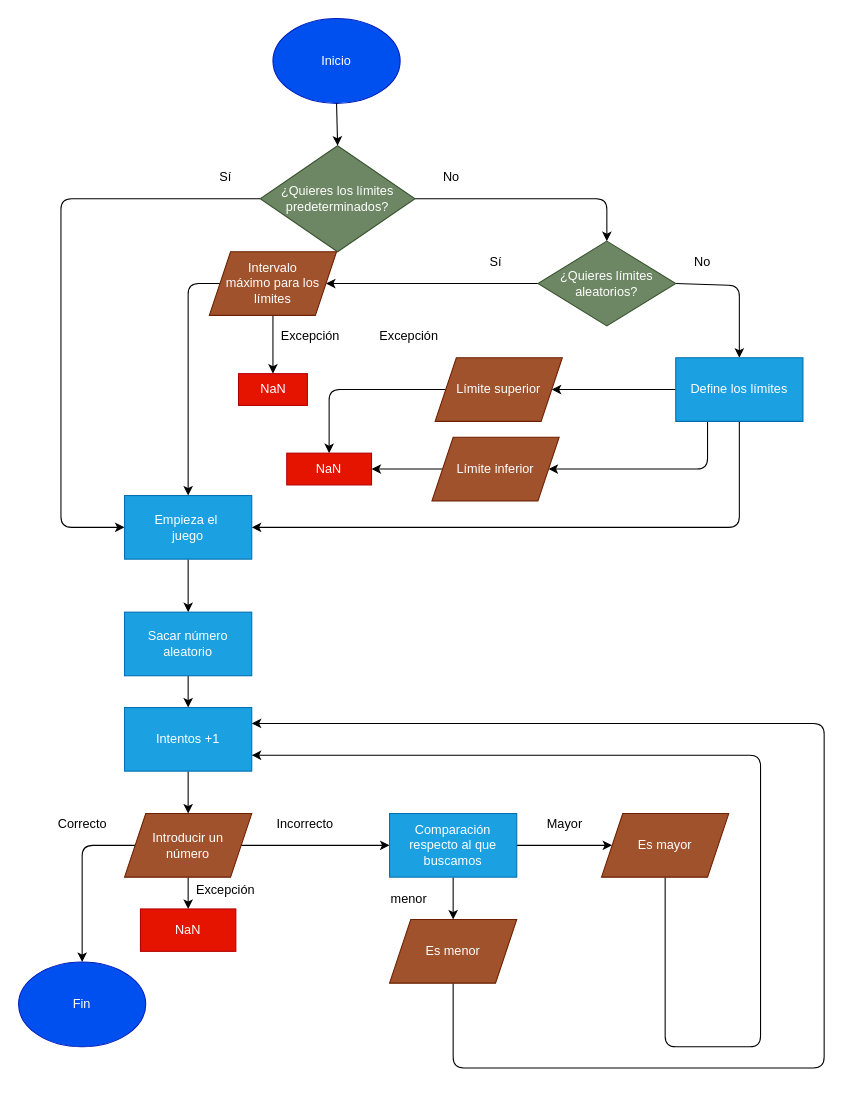
Jojo3235/Adivinar_un_numero keeps this draw.io diagram as diagrama.drawio. Above is the earlier version. Source tidied: cells renumbered, new cells numbered last; positions are measured from the earlier drawing's top-left corner, leaving out a move shared by most shapes. Both pictures are drawn from the tidied source at 106%, with x=0, y=0 at pixel (18, 18).
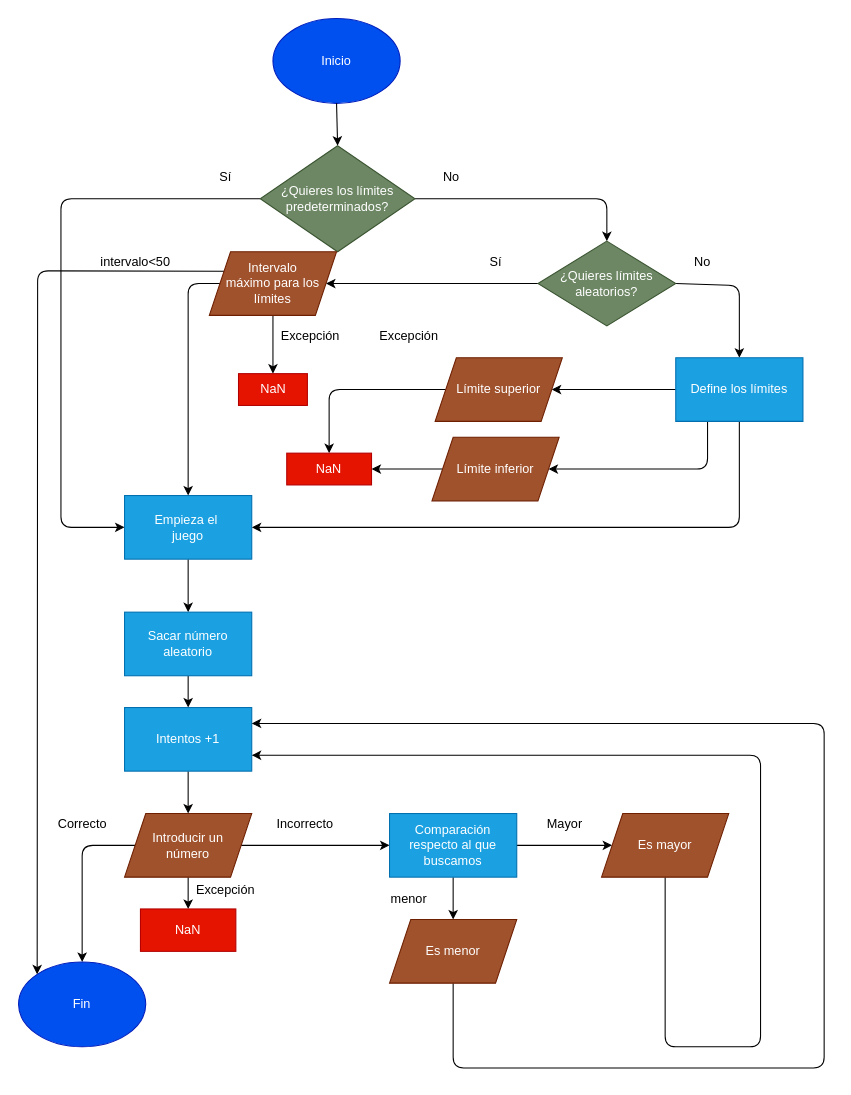
After the change.

Commit message:
ajuste2 diagrama

The change refers to these unchanged cells:
```xml
<mxCell id="28" value="Fin" style="ellipse;whiteSpace=wrap;html=1;fillColor=#0050ef;fontColor=#ffffff;strokeColor=#001DBC;" parent="1" vertex="1">
  <mxGeometry y="890" width="120" height="80" as="geometry" />
</mxCell>
<mxCell id="45" value="Intervalo máximo&amp;nbsp;para los límites" style="shape=parallelogram;perimeter=parallelogramPerimeter;whiteSpace=wrap;html=1;fixedSize=1;fillColor=#a0522d;fontColor=#ffffff;strokeColor=#6D1F00;" parent="1" vertex="1">
  <mxGeometry x="180" y="220" width="120" height="60" as="geometry" />
</mxCell>
```

What changed in the source:
```diff
@@
+    <mxCell id="54" style="edgeStyle=none;html=1;exitX=0;exitY=0.25;exitDx=0;exitDy=0;entryX=0;entryY=0;entryDx=0;entryDy=0;" parent="1" edge="1" source="45" target="28">
+      <mxGeometry relative="1" as="geometry">
+        <Array as="points">
+          <mxPoint x="18" y="238" />
+        </Array>
+      </mxGeometry>
+    </mxCell>
@@
+    <mxCell id="55" value="intervalo&amp;lt;50" style="text;html=1;align=center;verticalAlign=middle;strokeColor=none;fillColor=none;" parent="1" vertex="1">
+      <mxGeometry x="70" y="220" width="80" height="20" as="geometry" />
+    </mxCell>
```
